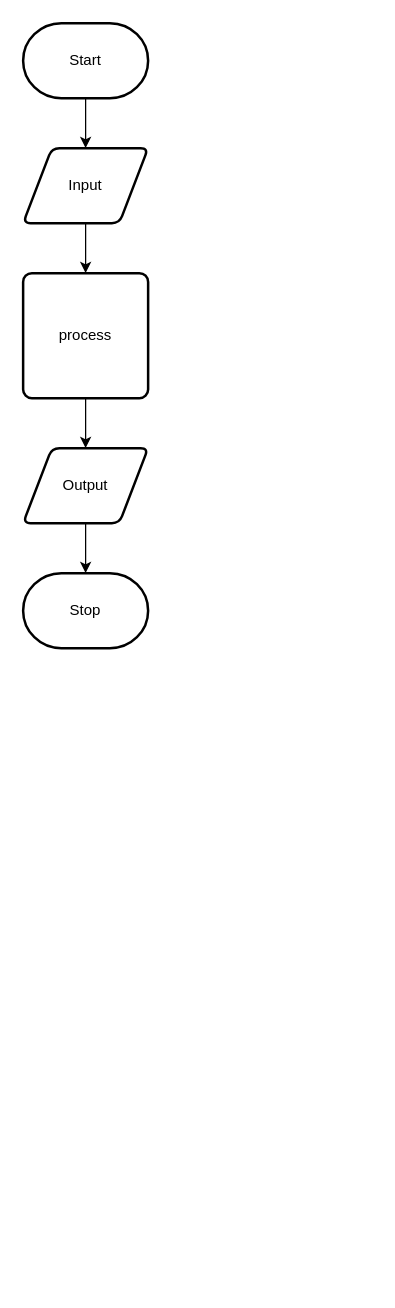
Earlier version of the draw.io diagram design/flow-chart.drawio (Justin-Lavoie16/Unit-5-03-JS). Source tidied: cells renumbered, new cells numbered last; positions are measured from the earlier drawing's top-left corner, leaving out a move shared by most shapes. Both pictures are drawn from the tidied source at 125%, with x=0, y=0 at pixel (22, 22).
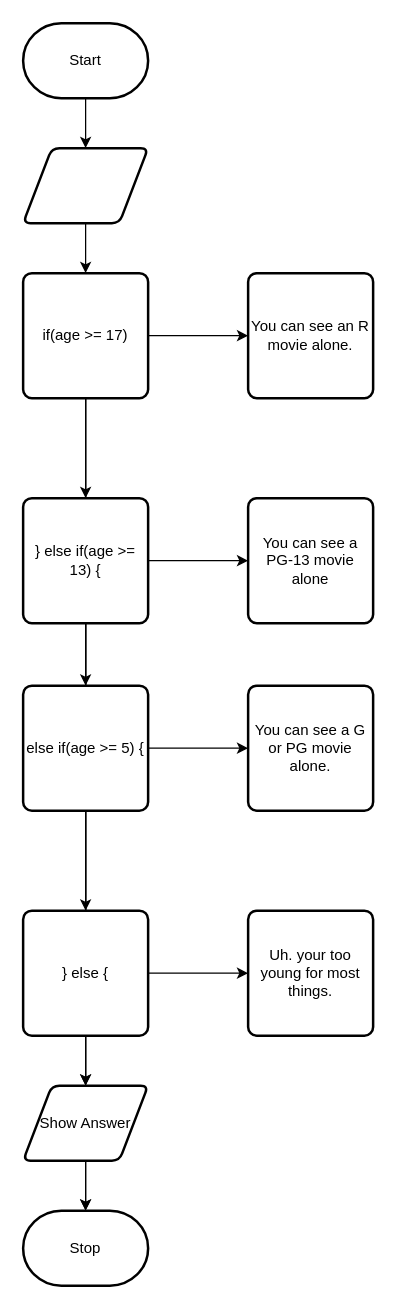
The same page after the edit.

Diff of the diagram source:
```diff
@@
-    <mxCell id="5" value="Input" style="shape=parallelogram;html=1;strokeWidth=2;perimeter=parallelogramPerimeter;whiteSpace=wrap;rounded=1;arcSize=12;size=0.23;" parent="1" vertex="1">
+    <mxCell id="5" style="shape=parallelogram;html=1;strokeWidth=2;perimeter=parallelogramPerimeter;whiteSpace=wrap;rounded=1;arcSize=12;size=0.23;" parent="1" vertex="1">
       <mxGeometry y="100" width="100" height="60" as="geometry" />
     </mxCell>
@@
+    <mxCell id="11" style="edgeStyle=none;html=1;" parent="1" edge="1" source="7" target="14">
+      <mxGeometry relative="1" as="geometry" />
+    </mxCell>
+    <mxCell id="12" style="edgeStyle=none;html=1;" parent="1" edge="1" source="7" target="9">
+      <mxGeometry relative="1" as="geometry" />
+    </mxCell>
+    <mxCell id="13" style="edgeStyle=none;html=1;" parent="1" edge="1" source="7" target="18">
+      <mxGeometry relative="1" as="geometry" />
+    </mxCell>
-    <mxCell id="7" value="process" style="rounded=1;whiteSpace=wrap;html=1;absoluteArcSize=1;arcSize=14;strokeWidth=2;" parent="1" vertex="1">
+    <mxCell id="7" value="if(age &amp;gt;= 17)" style="rounded=1;whiteSpace=wrap;html=1;absoluteArcSize=1;arcSize=14;strokeWidth=2;" parent="1" vertex="1">
       <mxGeometry y="200" width="100" height="100" as="geometry" />
     </mxCell>
@@
+    <mxCell id="10" value="Stop" style="strokeWidth=2;html=1;shape=mxgraph.flowchart.terminator;whiteSpace=wrap;" parent="1" vertex="1">
+      <mxGeometry y="950" width="100" height="60" as="geometry" />
+    </mxCell>
+    <mxCell id="14" value="You can see an R movie alone." style="rounded=1;whiteSpace=wrap;html=1;absoluteArcSize=1;arcSize=14;strokeWidth=2;" parent="1" vertex="1">
+      <mxGeometry x="180" y="200" width="100" height="100" as="geometry" />
+    </mxCell>
+    <mxCell id="15" style="edgeStyle=none;html=1;" parent="1" edge="1" source="18" target="19">
+      <mxGeometry relative="1" as="geometry" />
+    </mxCell>
+    <mxCell id="16" style="edgeStyle=none;html=1;" parent="1" edge="1" source="18" target="10">
+      <mxGeometry relative="1" as="geometry" />
+    </mxCell>
+    <mxCell id="17" style="edgeStyle=none;html=1;" parent="1" edge="1" source="18" target="22">
+      <mxGeometry relative="1" as="geometry" />
+    </mxCell>
+    <mxCell id="18" value="} else if(age &amp;gt;= 13) {" style="rounded=1;whiteSpace=wrap;html=1;absoluteArcSize=1;arcSize=14;strokeWidth=2;" parent="1" vertex="1">
+      <mxGeometry y="380" width="100" height="100" as="geometry" />
+    </mxCell>
+    <mxCell id="19" value="You can see a PG-13 movie alone" style="rounded=1;whiteSpace=wrap;html=1;absoluteArcSize=1;arcSize=14;strokeWidth=2;" parent="1" vertex="1">
+      <mxGeometry x="180" y="380" width="100" height="100" as="geometry" />
+    </mxCell>
+    <mxCell id="20" style="edgeStyle=none;html=1;" parent="1" edge="1" source="22" target="23">
+      <mxGeometry relative="1" as="geometry" />
+    </mxCell>
+    <mxCell id="21" style="edgeStyle=none;html=1;" parent="1" edge="1" source="22" target="25">
+      <mxGeometry relative="1" as="geometry" />
+    </mxCell>
+    <mxCell id="22" value="else if(age &amp;gt;= 5) {" style="rounded=1;whiteSpace=wrap;html=1;absoluteArcSize=1;arcSize=14;strokeWidth=2;" parent="1" vertex="1">
+      <mxGeometry y="530" width="100" height="100" as="geometry" />
+    </mxCell>
+    <mxCell id="23" value="You can see a G or PG movie alone." style="rounded=1;whiteSpace=wrap;html=1;absoluteArcSize=1;arcSize=14;strokeWidth=2;" parent="1" vertex="1">
+      <mxGeometry x="180" y="530" width="100" height="100" as="geometry" />
+    </mxCell>
+    <mxCell id="24" style="edgeStyle=none;html=1;" parent="1" edge="1" source="25" target="26">
+      <mxGeometry relative="1" as="geometry" />
+    </mxCell>
+    <mxCell id="25" value="} else {" style="rounded=1;whiteSpace=wrap;html=1;absoluteArcSize=1;arcSize=14;strokeWidth=2;" parent="1" vertex="1">
+      <mxGeometry y="710" width="100" height="100" as="geometry" />
+    </mxCell>
+    <mxCell id="26" value="Uh. your too young for most things." style="rounded=1;whiteSpace=wrap;html=1;absoluteArcSize=1;arcSize=14;strokeWidth=2;" parent="1" vertex="1">
+      <mxGeometry x="180" y="710" width="100" height="100" as="geometry" />
+    </mxCell>
-    <mxCell id="9" value="Output" style="shape=parallelogram;html=1;strokeWidth=2;perimeter=parallelogramPerimeter;whiteSpace=wrap;rounded=1;arcSize=12;size=0.23;" parent="1" vertex="1">
-      <mxGeometry y="340" width="100" height="60" as="geometry" />
+    <mxCell id="9" value="Show Answer" style="shape=parallelogram;html=1;strokeWidth=2;perimeter=parallelogramPerimeter;whiteSpace=wrap;rounded=1;arcSize=12;size=0.23;" parent="1" vertex="1">
+      <mxGeometry y="850" width="100" height="60" as="geometry" />
     </mxCell>
-    <mxCell id="10" value="Stop" style="strokeWidth=2;html=1;shape=mxgraph.flowchart.terminator;whiteSpace=wrap;" parent="1" vertex="1">
-      <mxGeometry y="440" width="100" height="60" as="geometry" />
-    </mxCell>
```
